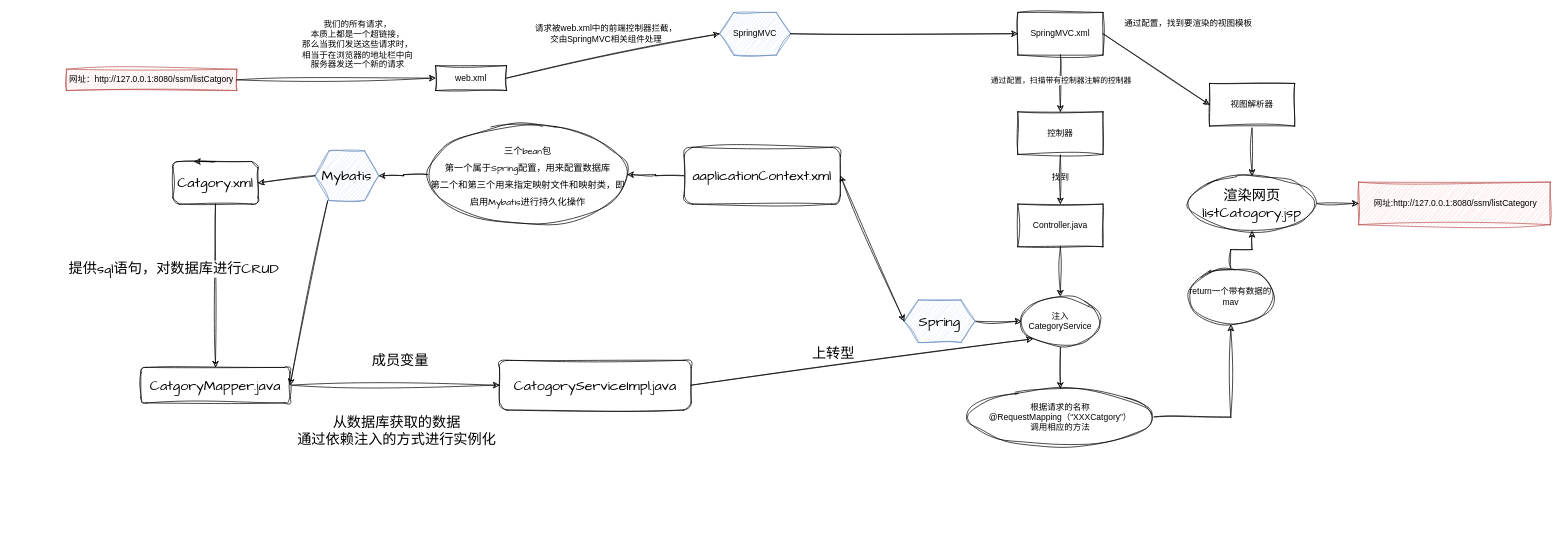
Above: Mybatis.drawio in 177-Liukuan/MyPicture (draw.io), before the change. Source tidied: cells renumbered, new cells numbered last; positions are measured from the earlier drawing's top-left corner, leaving out a move shared by most shapes. Both pictures are drawn from the tidied source at 71%, with x=0, y=0 at pixel (66, 12).
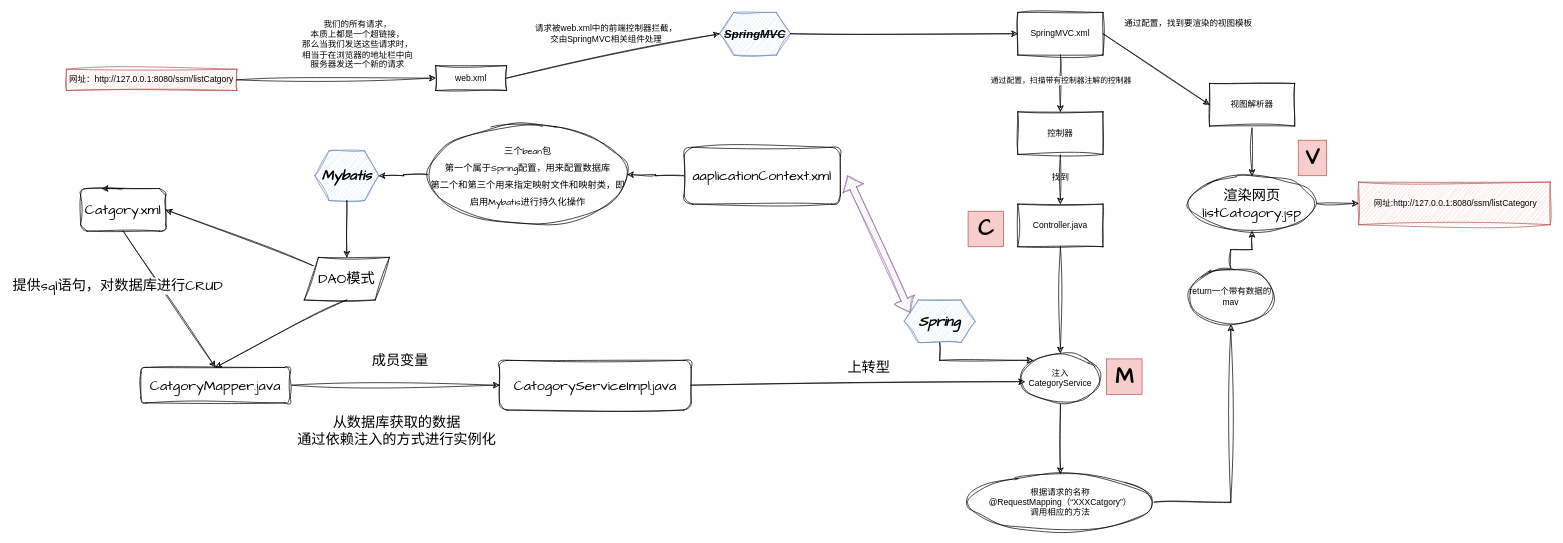
After the change.

The change refers to these unchanged cells:
```xml
<mxCell id="34" value="aaplicationContext.xml" style="rounded=1;whiteSpace=wrap;html=1;sketch=1;hachureGap=4;jiggle=2;curveFitting=1;fontFamily=Architects Daughter;fontSize=20;" parent="1" vertex="1">
  <mxGeometry x="870" y="190" width="220" height="80" as="geometry" />
</mxCell>
<mxCell id="37" value="CatgoryMapper.java" style="rounded=1;whiteSpace=wrap;html=1;sketch=1;hachureGap=4;jiggle=2;curveFitting=1;fontFamily=Architects Daughter;fontSize=20;" parent="1" vertex="1">
  <mxGeometry x="105" y="500" width="210" height="50" as="geometry" />
</mxCell>
<mxCell id="40" value="CatogoryServiceImpl.java" style="rounded=1;whiteSpace=wrap;html=1;sketch=1;hachureGap=4;jiggle=2;curveFitting=1;fontFamily=Architects Daughter;fontSize=20;" parent="1" vertex="1">
  <mxGeometry x="610" y="490" width="270" height="70" as="geometry" />
</mxCell>
```

What changed in the source:
```diff
@@
-    <mxCell id="6" value="SpringMVC" style="shape=hexagon;perimeter=hexagonPerimeter2;whiteSpace=wrap;html=1;fixedSize=1;fillColor=#dae8fc;strokeColor=#6c8ebf;rounded=0;sketch=1;curveFitting=1;jiggle=2;" parent="1" vertex="1">
+    <mxCell id="6" value="&lt;font style=&quot;font-size: 16px;&quot;&gt;&lt;b&gt;&lt;i&gt;&lt;strike&gt;SpringMVC&lt;/strike&gt;&lt;/i&gt;&lt;/b&gt;&lt;/font&gt;" style="shape=hexagon;perimeter=hexagonPerimeter2;whiteSpace=wrap;html=1;fixedSize=1;fillColor=#dae8fc;strokeColor=#6c8ebf;rounded=0;sketch=1;curveFitting=1;jiggle=2;fontStyle=0;" parent="1" vertex="1">
       <mxGeometry x="920" width="100" height="60" as="geometry" />
     </mxCell>
@@
     <mxCell id="19" value="注入CategoryService" style="ellipse;whiteSpace=wrap;html=1;rounded=0;sketch=1;curveFitting=1;jiggle=2;" parent="1" vertex="1">
-      <mxGeometry x="1345" y="400" width="110" height="70" as="geometry" />
+      <mxGeometry x="1345" y="480" width="110" height="70" as="geometry" />
     </mxCell>
@@
     <mxCell id="21" value="根据请求的名称&lt;br&gt;@RequestMapping（“XXXCatgory”）&lt;br&gt;调用相应的方法" style="ellipse;whiteSpace=wrap;html=1;rounded=0;sketch=1;curveFitting=1;jiggle=2;" parent="1" vertex="1">
-      <mxGeometry x="1270" y="530" width="260" height="80" as="geometry" />
+      <mxGeometry x="1270" y="650" width="260" height="80" as="geometry" />
     </mxCell>
@@
     <mxCell id="31" style="edgeStyle=orthogonalEdgeStyle;rounded=0;sketch=1;hachureGap=4;jiggle=2;curveFitting=1;jettySize=auto;html=1;fontFamily=Architects Daughter;fontSize=16;" parent="1" edge="1" source="32" target="19">
-      <mxGeometry relative="1" as="geometry" />
+      <mxGeometry relative="1" as="geometry">
+        <Array as="points">
+          <mxPoint x="1230" y="490" />
+        </Array>
+      </mxGeometry>
     </mxCell>
-    <mxCell id="32" value="Spring" style="shape=hexagon;perimeter=hexagonPerimeter2;whiteSpace=wrap;html=1;fixedSize=1;sketch=1;hachureGap=4;jiggle=2;curveFitting=1;fontFamily=Architects Daughter;fontSize=20;fillColor=#dae8fc;strokeColor=#6c8ebf;" parent="1" vertex="1">
+    <mxCell id="32" value="Spring" style="shape=hexagon;perimeter=hexagonPerimeter2;whiteSpace=wrap;html=1;fixedSize=1;sketch=1;hachureGap=4;jiggle=2;curveFitting=1;fontFamily=Architects Daughter;fontSize=20;fillColor=#dae8fc;strokeColor=#6c8ebf;fontStyle=3;" parent="1" vertex="1">
       <mxGeometry x="1180" y="405" width="100" height="60" as="geometry" />
     </mxCell>
@@
-    <mxCell id="35" style="endArrow=classic;startArrow=classic;html=1;rounded=0;sketch=1;hachureGap=4;jiggle=2;curveFitting=1;fontFamily=Architects Daughter;fontSize=16;exitX=1;exitY=0.5;exitDx=0;exitDy=0;entryX=0;entryY=0.5;entryDx=0;entryDy=0;" parent="1" edge="1" source="34" target="32">
-      <mxGeometry relative="1" as="geometry" />
-    </mxCell>
@@
     <mxCell id="38" value="Catgory.xml" style="rounded=1;whiteSpace=wrap;html=1;sketch=1;hachureGap=4;jiggle=2;curveFitting=1;fontFamily=Architects Daughter;fontSize=20;" parent="1" vertex="1">
-      <mxGeometry x="150" y="210" width="120" height="60" as="geometry" />
+      <mxGeometry x="20" y="248" width="120" height="60" as="geometry" />
     </mxCell>
@@
-    <mxCell id="41" style="endArrow=classic;html=1;rounded=0;sketch=1;hachureGap=4;jiggle=2;curveFitting=1;fontFamily=Architects Daughter;fontSize=16;exitX=1;exitY=0.5;exitDx=0;exitDy=0;entryX=0;entryY=1;entryDx=0;entryDy=0;" parent="1" edge="1" source="40" target="19">
-      <mxGeometry relative="1" as="geometry" />
+    <mxCell id="41" style="endArrow=classic;html=1;rounded=0;sketch=1;hachureGap=4;jiggle=2;curveFitting=1;fontFamily=Architects Daughter;fontSize=16;exitX=1;exitY=0.5;exitDx=0;exitDy=0;" parent="1" edge="1" source="40">
+      <mxGeometry relative="1" as="geometry">
+        <mxPoint x="1350" y="520" as="targetPoint" />
+      </mxGeometry>
     </mxCell>
@@
-    <mxCell id="44" value="Mybatis" style="shape=hexagon;perimeter=hexagonPerimeter2;whiteSpace=wrap;html=1;fixedSize=1;sketch=1;hachureGap=4;jiggle=2;curveFitting=1;fontFamily=Architects Daughter;fontSize=20;size=20;fillColor=#dae8fc;strokeColor=#6c8ebf;" parent="1" vertex="1">
+    <mxCell id="44" value="Mybatis" style="shape=hexagon;perimeter=hexagonPerimeter2;whiteSpace=wrap;html=1;fixedSize=1;sketch=1;hachureGap=4;jiggle=2;curveFitting=1;fontFamily=Architects Daughter;fontSize=20;size=20;fillColor=#dae8fc;strokeColor=#6c8ebf;fontStyle=3;" parent="1" vertex="1">
       <mxGeometry x="350" y="195" width="90" height="70" as="geometry" />
     </mxCell>
-    <mxCell id="45" style="endArrow=classic;html=1;rounded=0;sketch=1;hachureGap=4;jiggle=2;curveFitting=1;fontFamily=Architects Daughter;fontSize=16;entryX=1;entryY=0.5;entryDx=0;entryDy=0;exitX=0;exitY=0.5;exitDx=0;exitDy=0;" parent="1" edge="1" source="44" target="38">
+    <mxCell id="45" style="endArrow=classic;html=1;rounded=0;sketch=1;hachureGap=4;jiggle=2;curveFitting=1;fontFamily=Architects Daughter;fontSize=16;entryX=1;entryY=0.5;entryDx=0;entryDy=0;" parent="1" edge="1" source="52" target="38">
       <mxGeometry relative="1" as="geometry" />
     </mxCell>
-    <mxCell id="46" style="endArrow=classic;html=1;rounded=0;sketch=1;hachureGap=4;jiggle=2;curveFitting=1;fontFamily=Architects Daughter;fontSize=16;entryX=1;entryY=0.5;entryDx=0;entryDy=0;exitX=0.2;exitY=1.005;exitDx=0;exitDy=0;exitPerimeter=0;" parent="1" edge="1" source="44" target="37">
-      <mxGeometry relative="1" as="geometry" />
-    </mxCell>
@@
     <mxCell id="51" value="上转型" style="text;html=1;align=center;verticalAlign=middle;strokeColor=none;fillColor=none;fontSize=20;fontFamily=Architects Daughter;" parent="1" vertex="1">
-      <mxGeometry x="1040" y="460" width="80" height="40" as="geometry" />
+      <mxGeometry x="1090" y="480" width="80" height="40" as="geometry" />
     </mxCell>
+    <mxCell id="52" value="DAO模式" style="shape=parallelogram;perimeter=parallelogramPerimeter;whiteSpace=wrap;html=1;fixedSize=1;sketch=1;hachureGap=4;jiggle=2;curveFitting=1;fontFamily=Architects Daughter;fontSize=20;" parent="1" vertex="1">
+      <mxGeometry x="335" y="345" width="120" height="60" as="geometry" />
+    </mxCell>
+    <mxCell id="53" style="endArrow=classic;html=1;rounded=0;sketch=1;hachureGap=4;jiggle=2;curveFitting=1;fontFamily=Architects Daughter;fontSize=16;entryX=0.5;entryY=0;entryDx=0;entryDy=0;exitX=0.5;exitY=1;exitDx=0;exitDy=0;" parent="1" edge="1" source="44" target="52">
+      <mxGeometry relative="1" as="geometry" />
+    </mxCell>
+    <mxCell id="54" style="endArrow=classic;html=1;rounded=0;sketch=1;hachureGap=4;jiggle=2;curveFitting=1;fontFamily=Architects Daughter;fontSize=16;entryX=0.5;entryY=0;entryDx=0;entryDy=0;exitX=0.5;exitY=1;exitDx=0;exitDy=0;" parent="1" edge="1" source="52" target="37">
+      <mxGeometry relative="1" as="geometry" />
+    </mxCell>
+    <mxCell id="55" style="shape=flexArrow;endArrow=classic;startArrow=classic;html=1;rounded=0;sketch=1;hachureGap=4;jiggle=2;curveFitting=1;fontFamily=Architects Daughter;fontSize=16;entryX=0;entryY=0.25;entryDx=0;entryDy=0;fillColor=#e1d5e7;strokeColor=#9673a6;" parent="1" edge="1" target="32">
+      <mxGeometry relative="1" as="geometry">
+        <mxPoint x="1100" y="230" as="sourcePoint" />
+      </mxGeometry>
+    </mxCell>
+    <mxCell id="56" value="&lt;font style=&quot;font-size: 31px;&quot;&gt;&lt;b&gt;M&lt;/b&gt;&lt;/font&gt;" style="text;html=1;align=center;verticalAlign=middle;strokeColor=#b85450;fillColor=#f8cecc;fontSize=20;fontFamily=Architects Daughter;" parent="1" vertex="1">
+      <mxGeometry x="1465" y="488" width="50" height="50" as="geometry" />
+    </mxCell>
+    <mxCell id="57" value="&lt;span style=&quot;font-size: 31px;&quot;&gt;&lt;b&gt;C&lt;/b&gt;&lt;/span&gt;" style="text;html=1;align=center;verticalAlign=middle;strokeColor=#b85450;fillColor=#f8cecc;fontSize=20;fontFamily=Architects Daughter;" parent="1" vertex="1">
+      <mxGeometry x="1270" y="280" width="50" height="50" as="geometry" />
+    </mxCell>
+    <mxCell id="58" value="&lt;font style=&quot;font-size: 31px;&quot;&gt;&lt;b&gt;V&lt;/b&gt;&lt;/font&gt;" style="text;html=1;align=center;verticalAlign=middle;strokeColor=#b85450;fillColor=#f8cecc;fontSize=20;fontFamily=Architects Daughter;" parent="1" vertex="1">
+      <mxGeometry x="1735" y="180" width="40" height="50" as="geometry" />
+    </mxCell>
```
